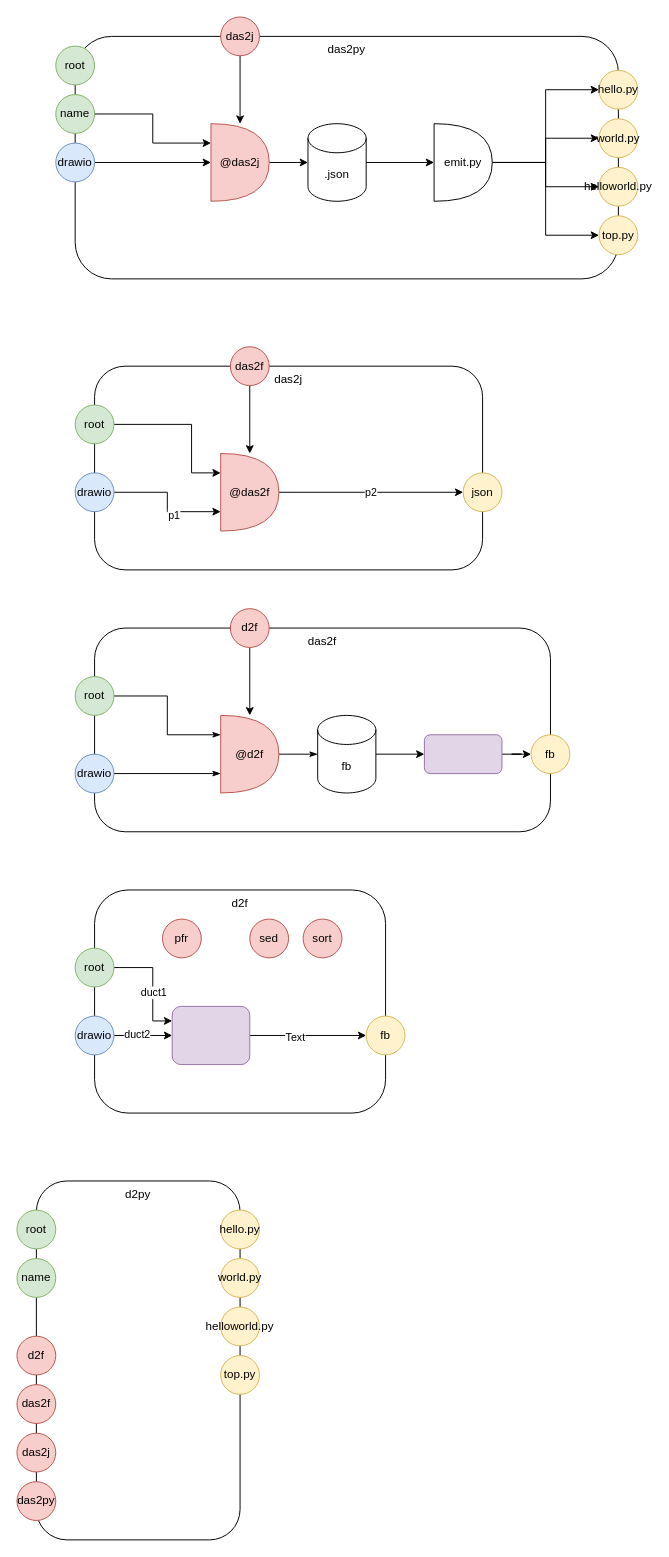
guitarvydas/d2py keeps this draw.io diagram as components.drawio. Above is the earlier version. Source tidied: cells renumbered, new cells numbered last; positions are measured from the earlier drawing's top-left corner, leaving out a move shared by most shapes. Both pictures are drawn from the tidied source at 97%, with x=0, y=0 at pixel (16, 16).
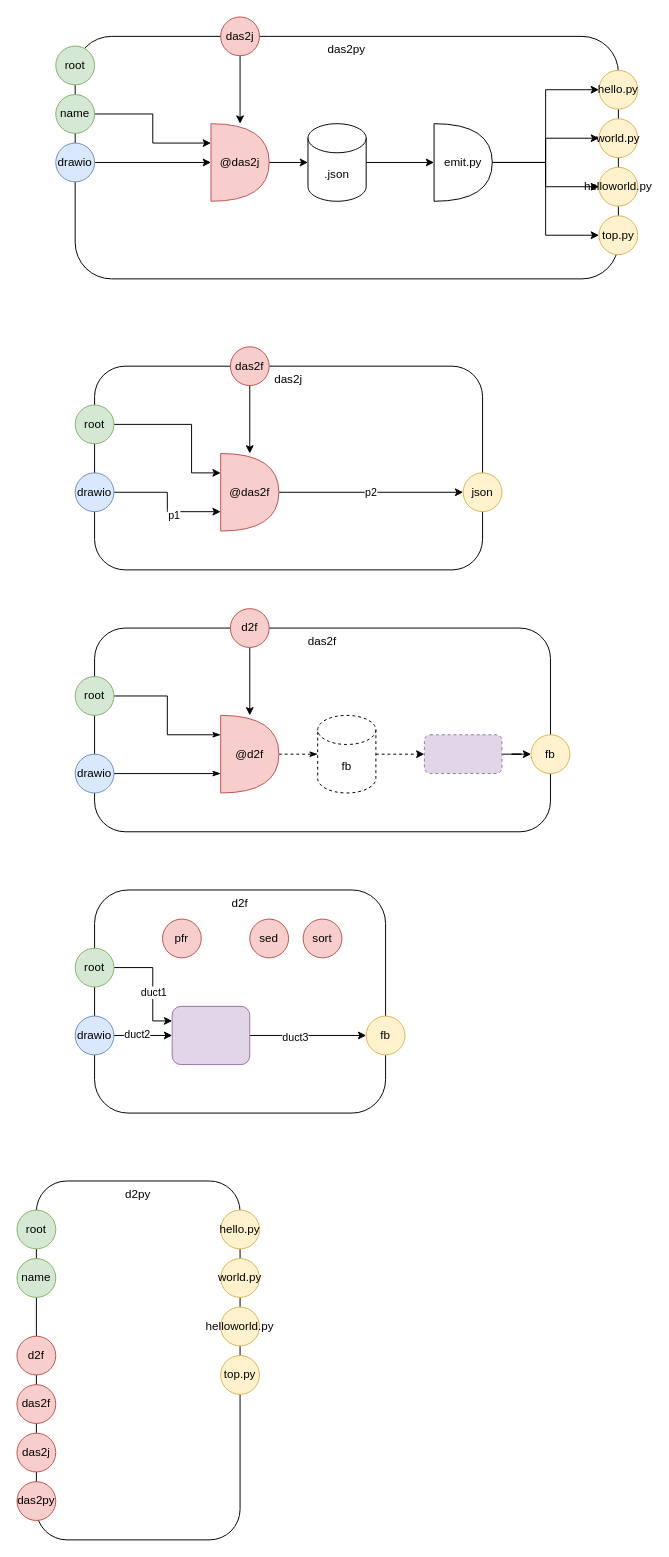
After the change.

The change refers to these unchanged cells:
```xml
<mxCell id="35" value="@d2f" style="shape=or;whiteSpace=wrap;html=1;fillColor=#f8cecc;strokeColor=#b85450;" parent="1" vertex="1">
  <mxGeometry x="210" y="720" width="60" height="80" as="geometry" />
</mxCell>
<mxCell id="40" style="edgeStyle=orthogonalEdgeStyle;rounded=0;jettySize=auto;html=1;entryX=0;entryY=0.5;entryDx=0;entryDy=0;" parent="1" edge="1" source="42" target="39">
  <mxGeometry relative="1" as="geometry" />
</mxCell>
```

The edit, as a diff of the source:
```diff
@@
-    <mxCell id="34" style="edgeStyle=orthogonalEdgeStyle;rounded=0;jettySize=auto;html=1;exitX=1;exitY=0.5;exitDx=0;exitDy=0;exitPerimeter=0;entryX=0;entryY=0.5;entryDx=0;entryDy=0;entryPerimeter=0;strokeWidth=1;endArrow=classicThin;endFill=1;" parent="1" edge="1" source="35" target="44">
+    <mxCell id="34" style="edgeStyle=orthogonalEdgeStyle;rounded=0;jettySize=auto;html=1;exitX=1;exitY=0.5;exitDx=0;exitDy=0;exitPerimeter=0;entryX=0;entryY=0.5;entryDx=0;entryDy=0;entryPerimeter=0;strokeWidth=1;endArrow=classicThin;endFill=1;dashed=1;" parent="1" edge="1" source="35" target="44">
       <mxGeometry relative="1" as="geometry" />
     </mxCell>
@@
-    <mxCell id="37" style="rounded=1;whiteSpace=wrap;html=1;fillColor=#e1d5e7;strokeColor=#9673a6;" parent="1" vertex="1">
+    <mxCell id="37" style="rounded=1;whiteSpace=wrap;html=1;fillColor=#e1d5e7;strokeColor=#9673a6;dashed=1;" parent="1" vertex="1">
       <mxGeometry x="420" y="740" width="80" height="40" as="geometry" />
     </mxCell>
@@
-    <mxCell id="41" value="Text" style="edgeLabel;html=1;align=center;verticalAlign=middle;" parent="40" vertex="1">
+    <mxCell id="41" value="duct3" style="edgeLabel;html=1;align=center;verticalAlign=middle;" parent="40" vertex="1">
       <mxGeometry x="-0.23" y="-1" relative="1" as="geometry" />
     </mxCell>
@@
-    <mxCell id="43" style="edgeStyle=orthogonalEdgeStyle;rounded=0;jettySize=auto;html=1;exitX=1;exitY=0.5;exitDx=0;exitDy=0;exitPerimeter=0;entryX=0;entryY=0.5;entryDx=0;entryDy=0;" parent="1" edge="1" source="44" target="37">
+    <mxCell id="43" style="edgeStyle=orthogonalEdgeStyle;rounded=0;jettySize=auto;html=1;exitX=1;exitY=0.5;exitDx=0;exitDy=0;exitPerimeter=0;entryX=0;entryY=0.5;entryDx=0;entryDy=0;dashed=1;" parent="1" edge="1" source="44" target="37">
       <mxGeometry relative="1" as="geometry" />
     </mxCell>
-    <mxCell id="44" value="&lt;span style=&quot;font-weight: normal&quot;&gt;fb&lt;/span&gt;" style="shape=cylinder3;whiteSpace=wrap;html=1;boundedLbl=1;backgroundOutline=1;size=15;fontStyle=1;" parent="1" vertex="1">
+    <mxCell id="44" value="&lt;span style=&quot;font-weight: normal&quot;&gt;fb&lt;/span&gt;" style="shape=cylinder3;whiteSpace=wrap;html=1;boundedLbl=1;backgroundOutline=1;size=15;fontStyle=1;dashed=1;" parent="1" vertex="1">
       <mxGeometry x="310" y="720" width="60" height="80" as="geometry" />
     </mxCell>
```
